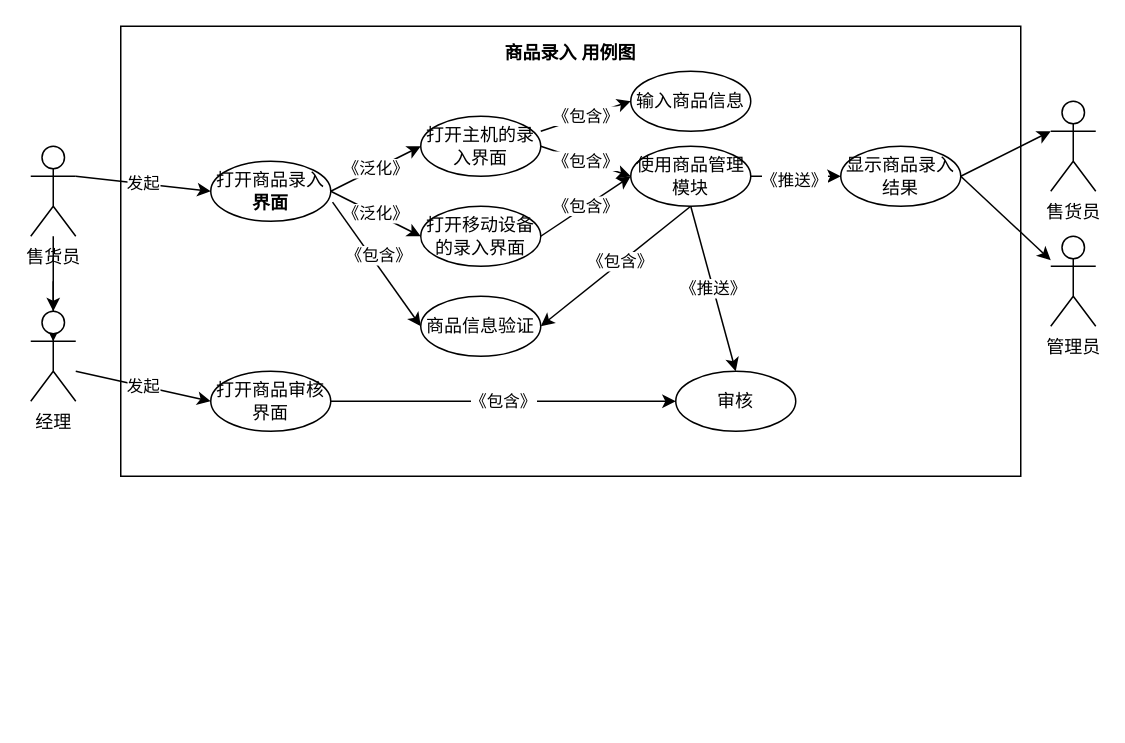
This is 1_需求分析/商品管理模块/商品信息录入用例图.drawio from Chronos22220399/Project, a draw.io file, before an edit. Source tidied: cells renumbered, new cells numbered last; positions are measured from the earlier drawing's top-left corner, leaving out a move shared by most shapes. Both pictures are drawn from the tidied source at 150%, with x=0, y=0 at pixel (30, 26).
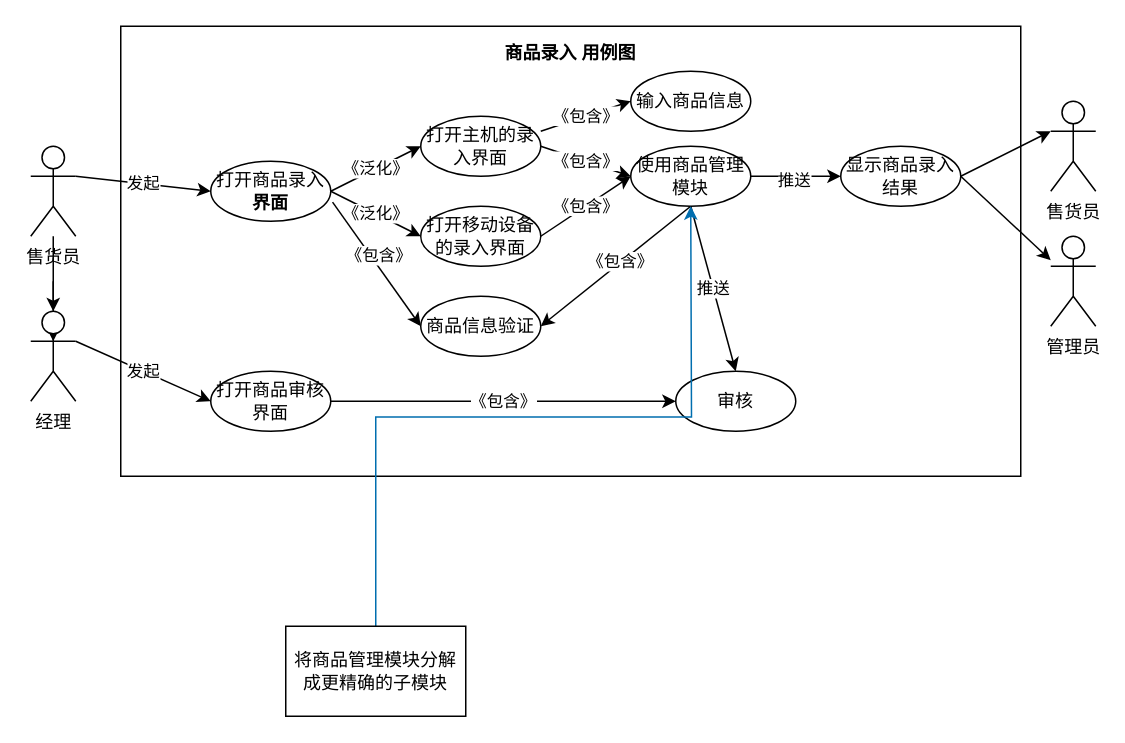
Above is the later version.

The change refers to these unchanged cells:
```xml
<mxCell id="2" style="group;" parent="1" vertex="1">
  <mxGeometry width="710" height="300" as="geometry" />
</mxCell>
<mxCell id="7" value="经理" style="shape=umlActor;verticalLabelPosition=bottom;verticalAlign=top;html=1;outlineConnect=0;" parent="2" vertex="1">
  <mxGeometry y="190" width="30" height="60" as="geometry" />
</mxCell>
<mxCell id="15" value="使用商品管理模块" style="ellipse;whiteSpace=wrap;html=1;" parent="2" vertex="1">
  <mxGeometry x="400" y="80" width="80" height="40" as="geometry" />
</mxCell>
<mxCell id="20" value="打开商品审核界面" style="ellipse;whiteSpace=wrap;html=1;" parent="2" vertex="1">
  <mxGeometry x="120" y="230" width="80" height="40" as="geometry" />
</mxCell>
<mxCell id="21" value="审核" style="ellipse;whiteSpace=wrap;html=1;" parent="2" vertex="1">
  <mxGeometry x="430" y="230" width="80" height="40" as="geometry" />
</mxCell>
<mxCell id="29" style="endArrow=classic;html=1;rounded=0;exitX=1;exitY=0.5;exitDx=0;exitDy=0;entryX=0;entryY=0.5;entryDx=0;entryDy=0;" parent="2" edge="1" source="15" target="28">
  <mxGeometry relative="1" as="geometry" />
</mxCell>
```

Diff of the diagram source:
```diff
@@
-    <mxCell id="23" value="发起" style="endArrow=classic;html=1;rounded=0;entryX=0;entryY=0.5;entryDx=0;entryDy=0;exitX=1;exitY=0.3333333333333333;exitDx=0;exitDy=0;exitPerimeter=0;" parent="2" edge="1" target="20">
-      <mxGeometry relative="1" as="geometry">
-        <mxPoint x="30" y="230" as="sourcePoint" />
-      </mxGeometry>
+    <mxCell id="23" value="发起" style="endArrow=classic;html=1;rounded=0;entryX=0;entryY=0.5;entryDx=0;entryDy=0;exitX=1;exitY=0.3333333333333333;exitDx=0;exitDy=0;exitPerimeter=0;" parent="2" edge="1" source="7" target="20">
+      <mxGeometry relative="1" as="geometry" />
     </mxCell>
@@
-    <mxCell id="27" value="《推送》" style="endArrow=classic;html=1;rounded=0;entryX=0.5;entryY=0;entryDx=0;entryDy=0;exitX=0.5;exitY=1;exitDx=0;exitDy=0;" parent="2" edge="1" source="15" target="21">
+    <mxCell id="27" value="推送" style="endArrow=classic;html=1;rounded=0;entryX=0.5;entryY=0;entryDx=0;entryDy=0;exitX=0.5;exitY=1;exitDx=0;exitDy=0;" parent="2" edge="1" source="15" target="21">
       <mxGeometry relative="1" as="geometry" />
     </mxCell>
@@
-    <mxCell id="30" value="《推送》" style="edgeLabel;html=1;align=center;verticalAlign=middle;" parent="29" vertex="1">
+    <mxCell id="30" value="推送" style="edgeLabel;html=1;align=center;verticalAlign=middle;" parent="29" vertex="1">
       <mxGeometry x="-0.06" y="-2" relative="1" as="geometry" />
     </mxCell>
@@
+    <mxCell id="36" style="edgeStyle=orthogonalEdgeStyle;rounded=0;jettySize=auto;html=1;exitX=0.5;exitY=0;exitDx=0;exitDy=0;fillColor=#1ba1e2;strokeColor=#006EAF;" parent="1" edge="1" source="37">
+      <mxGeometry relative="1" as="geometry">
+        <mxPoint x="440" y="120" as="targetPoint" />
+      </mxGeometry>
+    </mxCell>
+    <mxCell id="37" value="将商品管理模块分解成更精确的子模块" style="rounded=0;whiteSpace=wrap;html=1;" parent="1" vertex="1">
+      <mxGeometry x="170" y="400" width="120" height="60" as="geometry" />
+    </mxCell>
```
